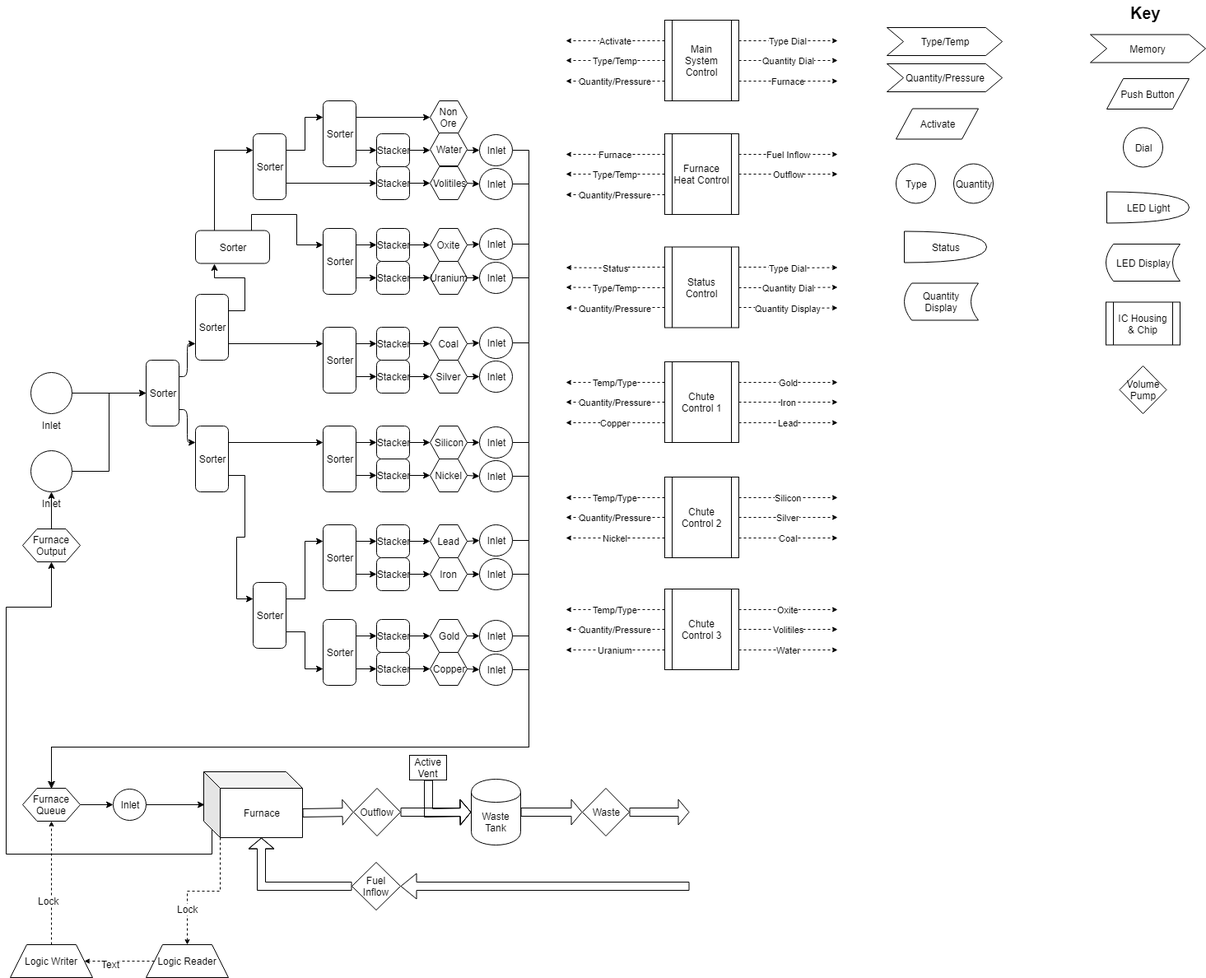
Before: AutomatedFurnace.png, a diagram exported from draw.io (xennon101/AutomatedFurnace). Source tidied: cells renumbered, new cells last; positions are measured from the earlier drawing's top-left corner, leaving out a move shared by most shapes.
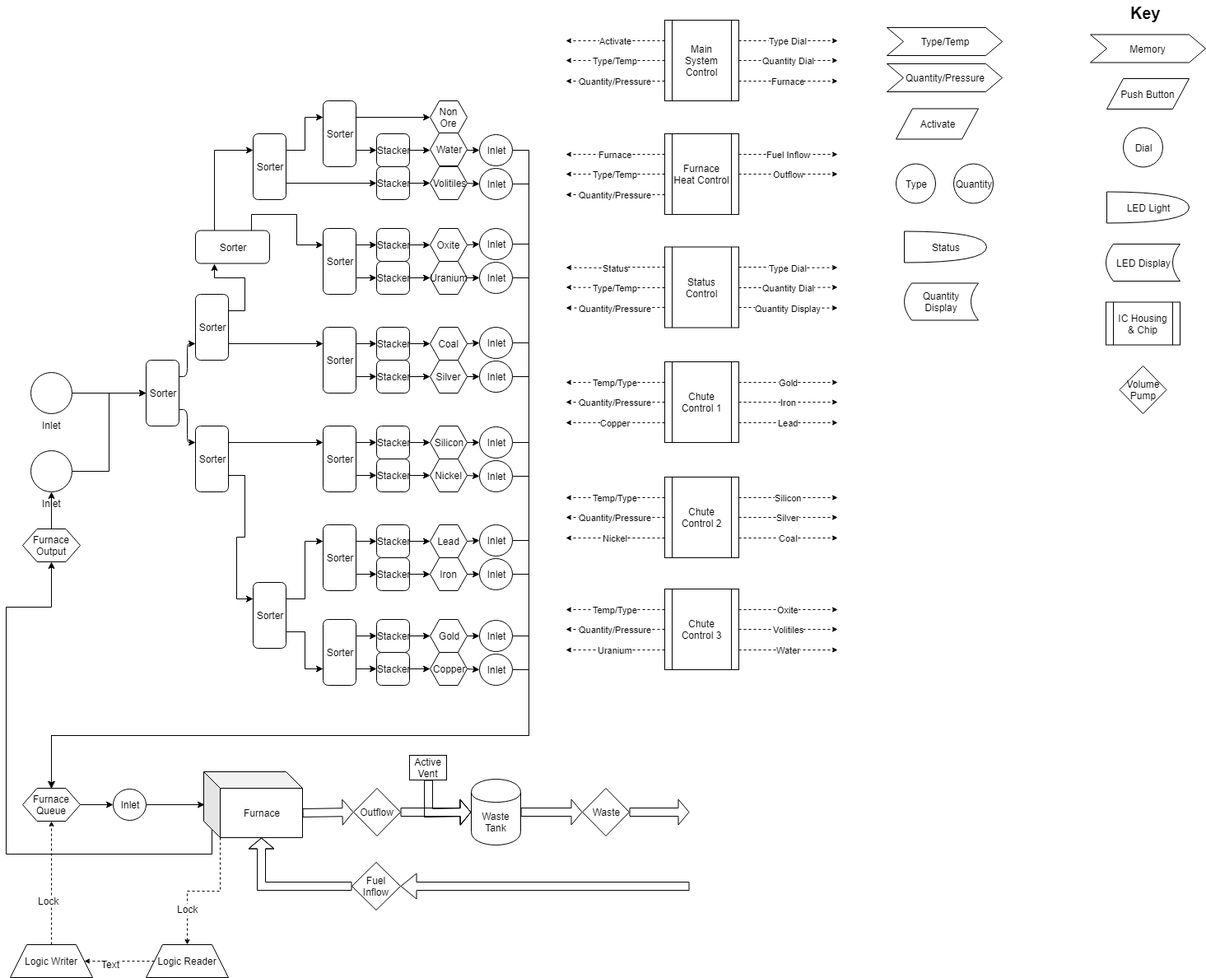
After the commit.

Change to the diagram source:
```diff
@@ -255,9 +255,9 @@
     <mxCell id="84" style="edgeStyle=orthogonalEdgeStyle;rounded=0;jettySize=auto;html=1;exitX=1;exitY=0.5;exitDx=0;exitDy=0;" parent="1" edge="1" source="116" target="94">
       <mxGeometry relative="1" as="geometry">
         <Array as="points">
-          <mxPoint x="635" y="181" />
-          <mxPoint x="635" y="906" />
-          <mxPoint x="55" y="906" />
+          <mxPoint x="649" y="195" />
+          <mxPoint x="649" y="906" />
+          <mxPoint x="69" y="906" />
         </Array>
       </mxGeometry>
     </mxCell>
@@ -294,9 +294,9 @@
     <mxCell id="95" style="edgeStyle=orthogonalEdgeStyle;rounded=0;jettySize=auto;html=1;exitX=1;exitY=0.5;exitDx=0;exitDy=0;" parent="1" edge="1" source="96" target="94">
       <mxGeometry relative="1" as="geometry">
         <Array as="points">
-          <mxPoint x="635" y="812" />
-          <mxPoint x="635" y="906" />
-          <mxPoint x="55" y="906" />
+          <mxPoint x="649" y="826" />
+          <mxPoint x="649" y="906" />
+          <mxPoint x="69" y="906" />
         </Array>
       </mxGeometry>
     </mxCell>
@@ -306,9 +306,9 @@
     <mxCell id="97" style="edgeStyle=orthogonalEdgeStyle;rounded=0;jettySize=auto;html=1;exitX=1;exitY=0.5;exitDx=0;exitDy=0;" parent="1" edge="1" source="98" target="94">
       <mxGeometry relative="1" as="geometry">
         <Array as="points">
-          <mxPoint x="635" y="771" />
-          <mxPoint x="635" y="906" />
-          <mxPoint x="55" y="906" />
+          <mxPoint x="649" y="785" />
+          <mxPoint x="649" y="906" />
+          <mxPoint x="69" y="906" />
         </Array>
       </mxGeometry>
     </mxCell>
@@ -318,9 +318,9 @@
     <mxCell id="99" style="edgeStyle=orthogonalEdgeStyle;rounded=0;jettySize=auto;html=1;exitX=1;exitY=0.5;exitDx=0;exitDy=0;" parent="1" edge="1" source="100" target="94">
       <mxGeometry relative="1" as="geometry">
         <Array as="points">
-          <mxPoint x="635" y="696" />
-          <mxPoint x="635" y="906" />
-          <mxPoint x="55" y="906" />
+          <mxPoint x="649" y="710" />
+          <mxPoint x="649" y="906" />
+          <mxPoint x="69" y="906" />
         </Array>
       </mxGeometry>
     </mxCell>
@@ -330,9 +330,9 @@
     <mxCell id="101" style="edgeStyle=orthogonalEdgeStyle;rounded=0;jettySize=auto;html=1;exitX=1;exitY=0.5;exitDx=0;exitDy=0;" parent="1" edge="1" source="102" target="94">
       <mxGeometry relative="1" as="geometry">
         <Array as="points">
-          <mxPoint x="635" y="655" />
-          <mxPoint x="635" y="906" />
-          <mxPoint x="55" y="906" />
+          <mxPoint x="649" y="669" />
+          <mxPoint x="649" y="906" />
+          <mxPoint x="69" y="906" />
         </Array>
       </mxGeometry>
     </mxCell>
@@ -342,9 +342,9 @@
     <mxCell id="103" style="edgeStyle=orthogonalEdgeStyle;rounded=0;jettySize=auto;html=1;exitX=1;exitY=0.5;exitDx=0;exitDy=0;entryX=0.5;entryY=0;entryDx=0;entryDy=0;" parent="1" edge="1" source="104" target="94">
       <mxGeometry relative="1" as="geometry">
         <Array as="points">
-          <mxPoint x="635" y="577" />
-          <mxPoint x="635" y="906" />
-          <mxPoint x="55" y="906" />
+          <mxPoint x="649" y="591" />
+          <mxPoint x="649" y="906" />
+          <mxPoint x="69" y="906" />
         </Array>
       </mxGeometry>
     </mxCell>
@@ -354,24 +354,33 @@
     <mxCell id="105" style="edgeStyle=orthogonalEdgeStyle;rounded=0;jettySize=auto;html=1;exitX=1;exitY=0.5;exitDx=0;exitDy=0;" parent="1" edge="1" source="106" target="94">
       <mxGeometry relative="1" as="geometry">
         <Array as="points">
-          <mxPoint x="635" y="536" />
-          <mxPoint x="635" y="906" />
-          <mxPoint x="55" y="906" />
+          <mxPoint x="649" y="550" />
+          <mxPoint x="649" y="906" />
+          <mxPoint x="69" y="906" />
         </Array>
       </mxGeometry>
     </mxCell>
     <mxCell id="106" value="Inlet" style="ellipse;whiteSpace=wrap;html=1;" parent="1" vertex="1">
       <mxGeometry x="575" y="517" width="40" height="38" as="geometry" />
     </mxCell>
+    <mxCell id="198" style="edgeStyle=orthogonalEdgeStyle;rounded=0;jettySize=auto;html=1;exitX=1;exitY=0.5;exitDx=0;exitDy=0;entryX=0.5;entryY=0;entryDx=0;entryDy=0;" parent="1" edge="1" source="107" target="94">
+      <mxGeometry relative="1" as="geometry">
+        <Array as="points">
+          <mxPoint x="649" y="470" />
+          <mxPoint x="649" y="906" />
+          <mxPoint x="69" y="906" />
+        </Array>
+      </mxGeometry>
+    </mxCell>
     <mxCell id="107" value="Inlet" style="ellipse;whiteSpace=wrap;html=1;" parent="1" vertex="1">
       <mxGeometry x="575" y="437" width="40" height="38" as="geometry" />
     </mxCell>
     <mxCell id="108" style="edgeStyle=orthogonalEdgeStyle;rounded=0;jettySize=auto;html=1;exitX=1;exitY=0.5;exitDx=0;exitDy=0;entryX=0.5;entryY=0;entryDx=0;entryDy=0;" parent="1" edge="1" source="109" target="94">
       <mxGeometry relative="1" as="geometry">
         <Array as="points">
-          <mxPoint x="635" y="415" />
-          <mxPoint x="635" y="906" />
-          <mxPoint x="55" y="906" />
+          <mxPoint x="649" y="429" />
+          <mxPoint x="649" y="906" />
+          <mxPoint x="69" y="906" />
         </Array>
       </mxGeometry>
     </mxCell>
@@ -381,9 +390,9 @@
     <mxCell id="110" style="edgeStyle=orthogonalEdgeStyle;rounded=0;jettySize=auto;html=1;exitX=1;exitY=0.5;exitDx=0;exitDy=0;" parent="1" edge="1" source="111" target="94">
       <mxGeometry relative="1" as="geometry">
         <Array as="points">
-          <mxPoint x="635" y="336" />
-          <mxPoint x="635" y="906" />
-          <mxPoint x="55" y="906" />
+          <mxPoint x="649" y="350" />
+          <mxPoint x="649" y="906" />
+          <mxPoint x="69" y="906" />
         </Array>
       </mxGeometry>
     </mxCell>
@@ -393,9 +402,9 @@
     <mxCell id="112" style="edgeStyle=orthogonalEdgeStyle;rounded=0;jettySize=auto;html=1;exitX=1;exitY=0.5;exitDx=0;exitDy=0;" parent="1" edge="1" source="113" target="94">
       <mxGeometry relative="1" as="geometry">
         <Array as="points">
-          <mxPoint x="635" y="295" />
-          <mxPoint x="635" y="906" />
-          <mxPoint x="55" y="906" />
+          <mxPoint x="649" y="309" />
+          <mxPoint x="649" y="906" />
+          <mxPoint x="69" y="906" />
         </Array>
       </mxGeometry>
     </mxCell>
@@ -405,9 +414,9 @@
     <mxCell id="114" style="edgeStyle=orthogonalEdgeStyle;rounded=0;jettySize=auto;html=1;exitX=1;exitY=0.5;exitDx=0;exitDy=0;entryX=0.5;entryY=0;entryDx=0;entryDy=0;" parent="1" edge="1" source="115" target="94">
       <mxGeometry relative="1" as="geometry">
         <Array as="points">
-          <mxPoint x="635" y="222" />
-          <mxPoint x="635" y="906" />
-          <mxPoint x="55" y="906" />
+          <mxPoint x="649" y="236" />
+          <mxPoint x="649" y="906" />
+          <mxPoint x="69" y="906" />
         </Array>
       </mxGeometry>
     </mxCell>
```
